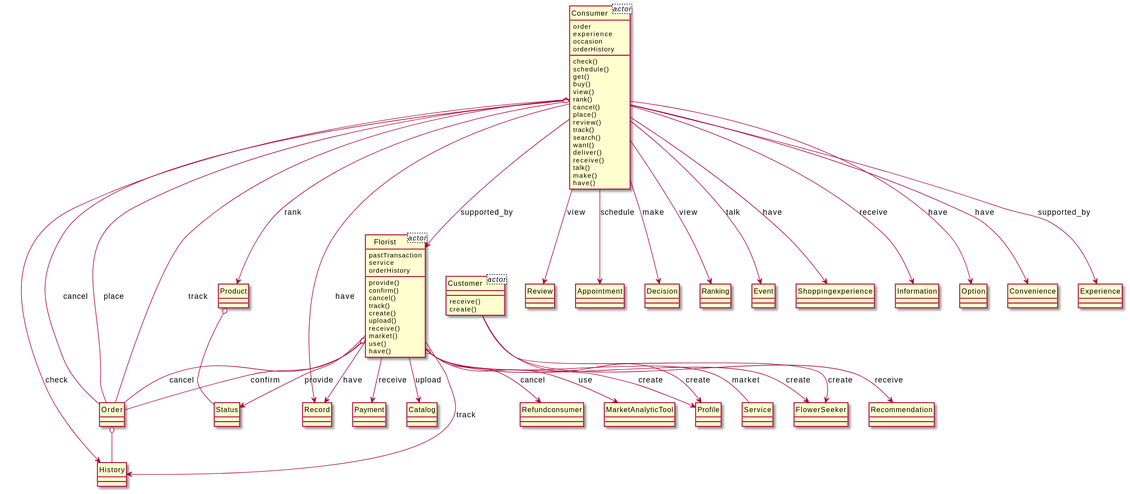
The PlantUML diagram output/diagram_5/2014-USC-Project04.svg in xixixhalu/DomainModelExtractor, before a commit.
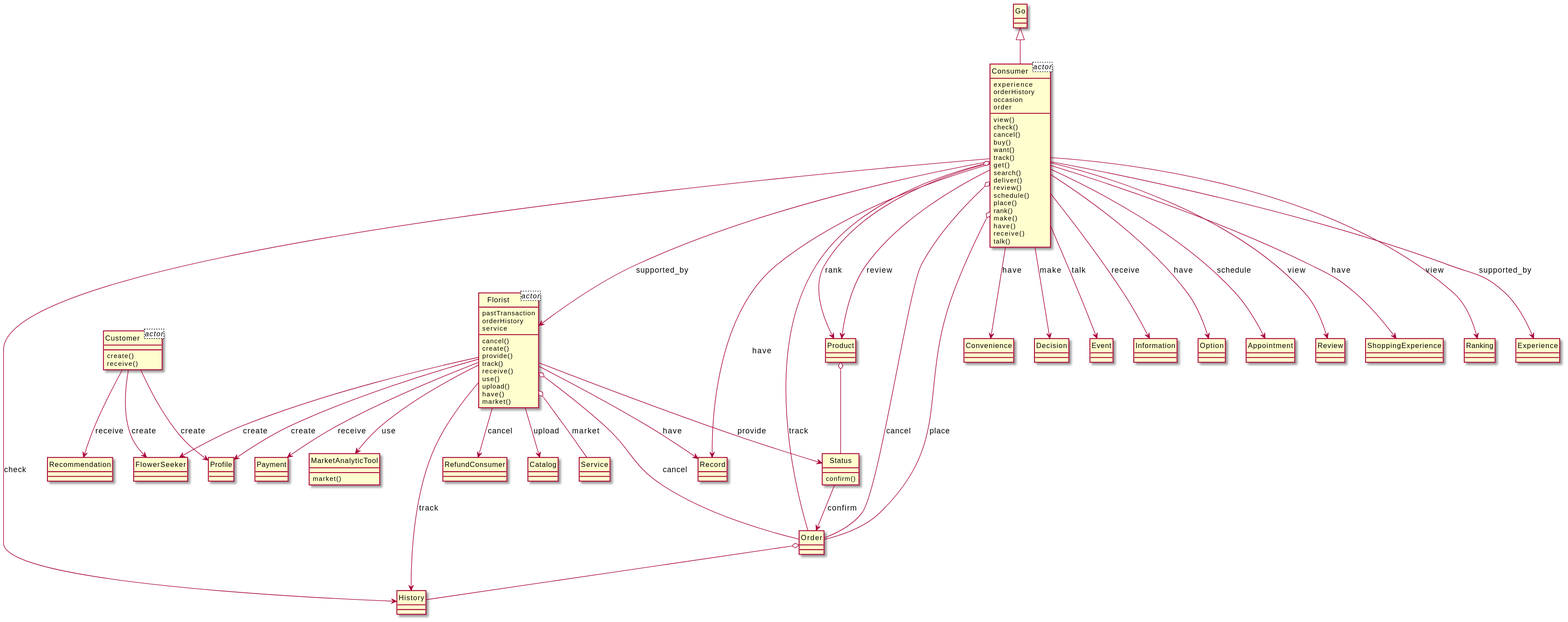
The same diagram one commit later.

What changed in the source:
```diff
@@ -1,131 +1,136 @@
 @startuml
 hide circle
 class Consumer<actor> {
+	experience
+	orderHistory
+	occasion
 	order
-	experience
-	occasion
-	orderHistory
 }
 class Florist<actor> {
 	pastTransaction
+	orderHistory
 	service
-	orderHistory
 }
 class Customer<actor> {
 }
 class History {
 }
 class Status {
+	confirm()
+}
+class Consumer {
+	view()
+	check()
+	cancel()
+	buy()
+	want()
+	track()
+	get()
+	search()
+	deliver()
+	review()
+	schedule()
+	place()
+	rank()
+	make()
+	have()
+	receive()
+	talk()
+}
+class Order {
 }
 class Florist {
+	cancel()
+	create()
 	provide()
-	confirm()
-	cancel()
 	track()
-	create()
+	receive()
+	use()
 	upload()
-	receive()
+	have()
 	market()
-	use()
-	have()
+}
+class RefundConsumer {
 }
 class Catalog {
 }
-class Consumer {
-	check()
-	schedule()
-	get()
-	buy()
-	view()
-	rank()
-	cancel()
-	place()
-	review()
-	track()
-	search()
-	want()
-	deliver()
+class Customer {
+	create()
 	receive()
-	talk()
-	make()
-	have()
-}
-class Review {
-}
-class Record {
-}
-class Order {
-}
-class Customer {
-	receive()
-	create()
 }
 class Profile {
-}
-class Appointment {
-}
-class Decision {
-}
-class Refundconsumer {
-}
-class Ranking {
-}
-class MarketAnalyticTool {
-}
-class Event {
-}
-class Shoppingexperience {
-}
-class Information {
-}
-class Service {
-}
-class Option {
-}
-class FlowerSeeker {
-}
-class Convenience {
-}
-class Payment {
 }
 class Recommendation {
 }
 class Product {
 }
+class Record {
+}
+class Service {
+}
+class Convenience {
+}
+class Decision {
+}
+class Event {
+}
+class FlowerSeeker {
+}
+class Information {
+}
+class Option {
+}
+class Payment {
+}
+class Appointment {
+}
+class Review {
+}
+class MarketAnalyticTool {
+	market()
+}
+class ShoppingExperience {
+}
+class Ranking {
+}
+class Go {
+}
 class Experience {
 }
+Customer --> Profile : create
+Consumer --> Ranking : view
+Go <|-- Consumer
+Florist --> History : track
+Customer --> Recommendation : receive
+Consumer --> Experience : supported_by
+Consumer --> Information : receive
+Florist --> Catalog : upload
 Consumer --> Product : rank
-Consumer --> Record : have
-Consumer --> Florist : supported_by
 Florist --> Record : have
 Product o-- Status
+Florist --> FlowerSeeker : create
+Consumer --> Florist : supported_by
+Consumer --> Record : have
+Consumer o-- Order : track
+Order o-- History
+Consumer --> Option : have
+Consumer o-- Order : cancel
+Status --> Order : confirm
+Florist --> Profile : create
+Florist --> Payment : receive
+Consumer --> Appointment : schedule
+Florist o-- Service : market
+Florist --> RefundConsumer : cancel
+Consumer --> Product : review
+Consumer --> Convenience : have
+Consumer --> Review : view
+Consumer --> Event : talk
+Florist o-- Order : cancel
+Florist --> Status : provide
+Consumer --> Decision : make
+Florist --> MarketAnalyticTool : use
+Customer --> FlowerSeeker : create
+Consumer --> History : check
+Consumer --> ShoppingExperience : have
 Consumer o-- Order : place
-Customer --> Profile : create
-Florist --> History : track
-Consumer o-- Order : track
-Florist o-- Order : cancel
-Order o-- History
-Florist o-- Order : confirm
-Florist o-- Service : market
-Consumer --> Appointment : schedule
-Florist --> Catalog : upload
-Consumer --> Option : have
-Consumer --> Decision : make
-Florist --> FlowerSeeker : create
-Florist --> Refundconsumer : cancel
-Florist --> Profile : create
-Consumer --> History : check
-Consumer --> Review : view
-Consumer --> Ranking : view
-Consumer --> Convenience : have
-Customer --> FlowerSeeker : create
-Consumer --> Experience : supported_by
-Florist --> MarketAnalyticTool : use
-Florist --> Status : provide
-Florist --> Payment : receive
-Consumer --> Event : talk
-Customer --> Recommendation : receive
-Consumer o-- Order : cancel
-Consumer --> Shoppingexperience : have
-Consumer --> Information : receive
 @enduml
```
